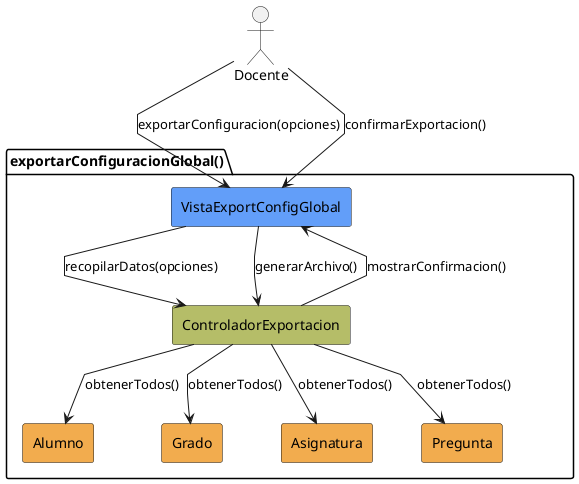
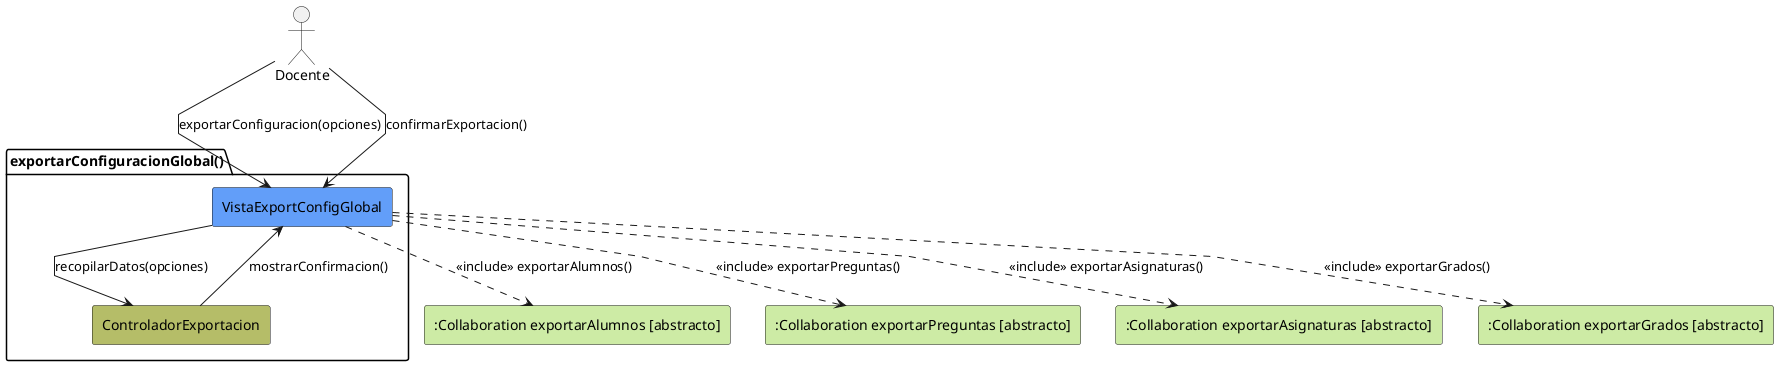
- ﻿@startuml exportarConfiguracionGlobal-analisis
+ @startuml exportarConfiguracionGlobal-analisis
skinparam linetype polyline

actor Docente
+ 
+ rectangle #CDEBA5 ":Collaboration exportarAlumnos [abstracto]" as ColExAl
+ rectangle #CDEBA5 ":Collaboration exportarPreguntas [abstracto]" as ColExPreg
+ rectangle #CDEBA5 ":Collaboration exportarAsignaturas [abstracto]" as ColExAsig
+ rectangle #CDEBA5 ":Collaboration exportarGrados [abstracto]" as ColExGr
+ 
package exportarConfiguracionGlobal as "exportarConfiguracionGlobal()" {
    rectangle #629EF9 VistaExportConfigGlobal
    rectangle #b5bd68 ControladorExportacion
-     rectangle #F2AC4E Alumno
-     rectangle #F2AC4E Grado
-     rectangle #F2AC4E Asignatura
-     rectangle #F2AC4E Pregunta
}

Docente -r-> VistaExportConfigGlobal: exportarConfiguracion(opciones)
VistaExportConfigGlobal -d-> ControladorExportacion: recopilarDatos(opciones)
- 
- ControladorExportacion --> Alumno: obtenerTodos()
- ControladorExportacion --> Grado: obtenerTodos()
- ControladorExportacion --> Asignatura: obtenerTodos()
- ControladorExportacion --> Pregunta: obtenerTodos()
- 
ControladorExportacion --> VistaExportConfigGlobal: mostrarConfirmacion()
Docente --> VistaExportConfigGlobal: confirmarExportacion()
- VistaExportConfigGlobal --> ControladorExportacion: generarArchivo()

- @enduml+ VistaExportConfigGlobal ..> ColExAl: <<include>> exportarAlumnos()
+ VistaExportConfigGlobal ..> ColExPreg: <<include>> exportarPreguntas()
+ VistaExportConfigGlobal ..> ColExAsig: <<include>> exportarAsignaturas()
+ VistaExportConfigGlobal ..> ColExGr: <<include>> exportarGrados()
+ 
+ @enduml
